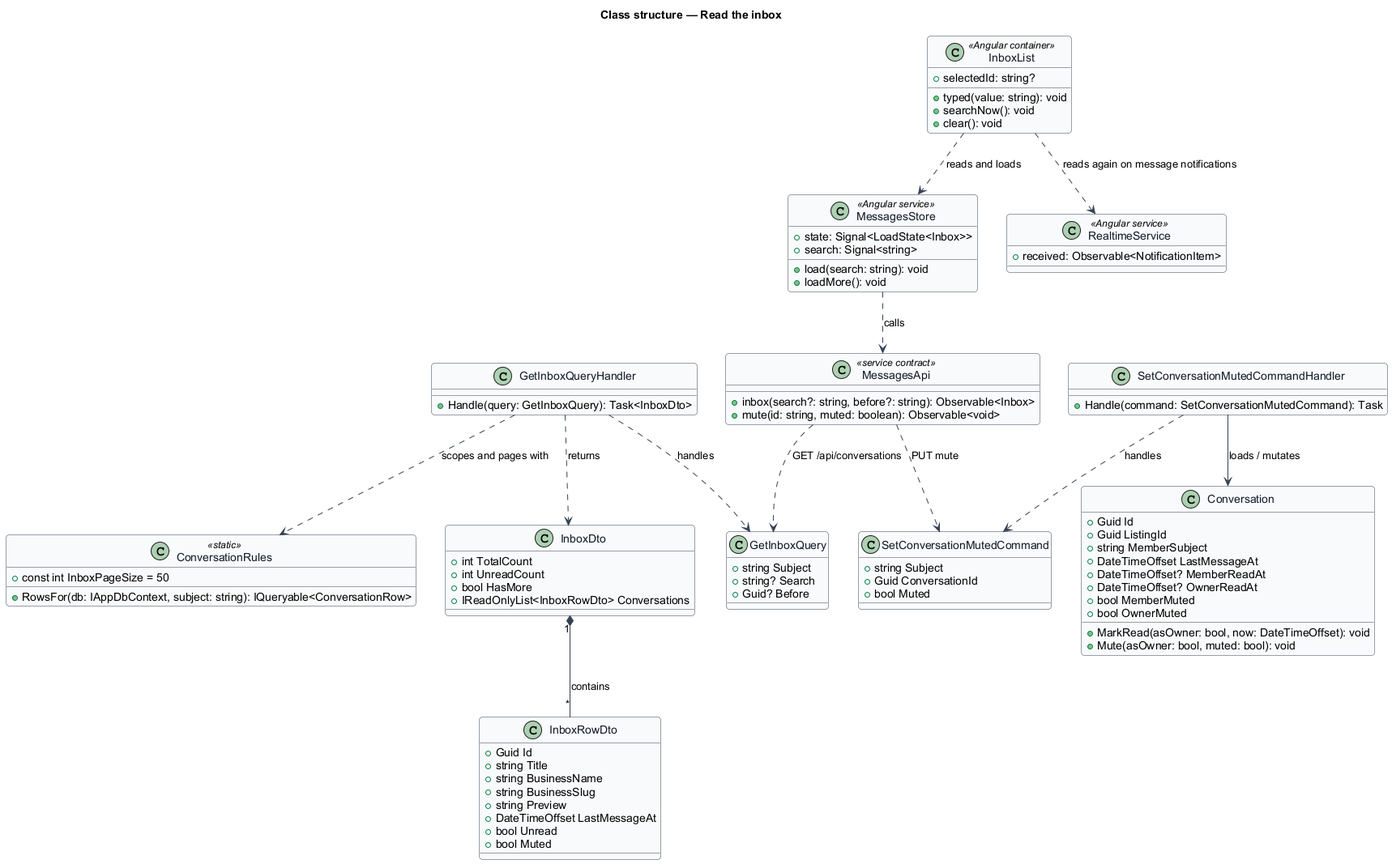
The PlantUML diagram docs/detailed-designs/messaging/read-inbox/diagrams/class-structure.png in QuinntyneBrown/jubilee, before a commit. Source of this version:
```plantuml
@startuml
skinparam backgroundColor #FFFFFF
skinparam shadowing false
skinparam roundcorner 8
skinparam defaultFontName Arial
skinparam ArrowColor #344054
skinparam class {
  BorderColor #344054
  FontColor #101828
  BackgroundColor #F9FAFB
}
title Class structure — Read the inbox

class InboxList <<Angular container>> {
  +selectedId: string?
  +typed(value: string): void
  +searchNow(): void
  +clear(): void
}
class MessagesStore <<Angular service>> {
  +state: Signal<LoadState<Inbox>>
  +search: Signal<string>
  +load(search: string): void
  +loadMore(): void
}
class RealtimeService <<Angular service>> {
  +received: Observable<NotificationItem>
}
class MessagesApi <<service contract>> {
  +inbox(search?: string, before?: string): Observable<Inbox>
  +mute(id: string, muted: boolean): Observable<void>
}
class GetInboxQuery {
  +string Subject
  +string? Search
  +Guid? Before
}
class GetInboxQueryHandler {
  +Handle(query: GetInboxQuery): Task<InboxDto>
}
class ConversationRules <<static>> {
  +const int InboxPageSize = 50
  +RowsFor(db: IAppDbContext, subject: string): IQueryable<ConversationRow>
}
class InboxDto {
  +int TotalCount
  +int UnreadCount
  +bool HasMore
  +IReadOnlyList<InboxRowDto> Conversations
}
class InboxRowDto {
  +Guid Id
  +string Title
  +string BusinessName
  +string BusinessSlug
  +string Preview
  +DateTimeOffset LastMessageAt
  +bool Unread
  +bool Muted
}
class SetConversationMutedCommand {
  +string Subject
  +Guid ConversationId
  +bool Muted
}
class SetConversationMutedCommandHandler {
  +Handle(command: SetConversationMutedCommand): Task
}
class Conversation {
  +Guid Id
  +Guid ListingId
  +string MemberSubject
  +DateTimeOffset LastMessageAt
  +DateTimeOffset? MemberReadAt
  +DateTimeOffset? OwnerReadAt
  +bool MemberMuted
  +bool OwnerMuted
  +MarkRead(asOwner: bool, now: DateTimeOffset): void
  +Mute(asOwner: bool, muted: bool): void
}

InboxList ..> MessagesStore : reads and loads
InboxList ..> RealtimeService : reads again on message notifications
MessagesStore ..> MessagesApi : calls
MessagesApi ..> GetInboxQuery : GET /api/conversations
MessagesApi ..> SetConversationMutedCommand : PUT mute
GetInboxQueryHandler ..> GetInboxQuery : handles
GetInboxQueryHandler ..> ConversationRules : scopes and pages with
GetInboxQueryHandler ..> InboxDto : returns
InboxDto "1" *-- "*" InboxRowDto : contains
SetConversationMutedCommandHandler ..> SetConversationMutedCommand : handles
SetConversationMutedCommandHandler --> Conversation : loads / mutates
@enduml
```
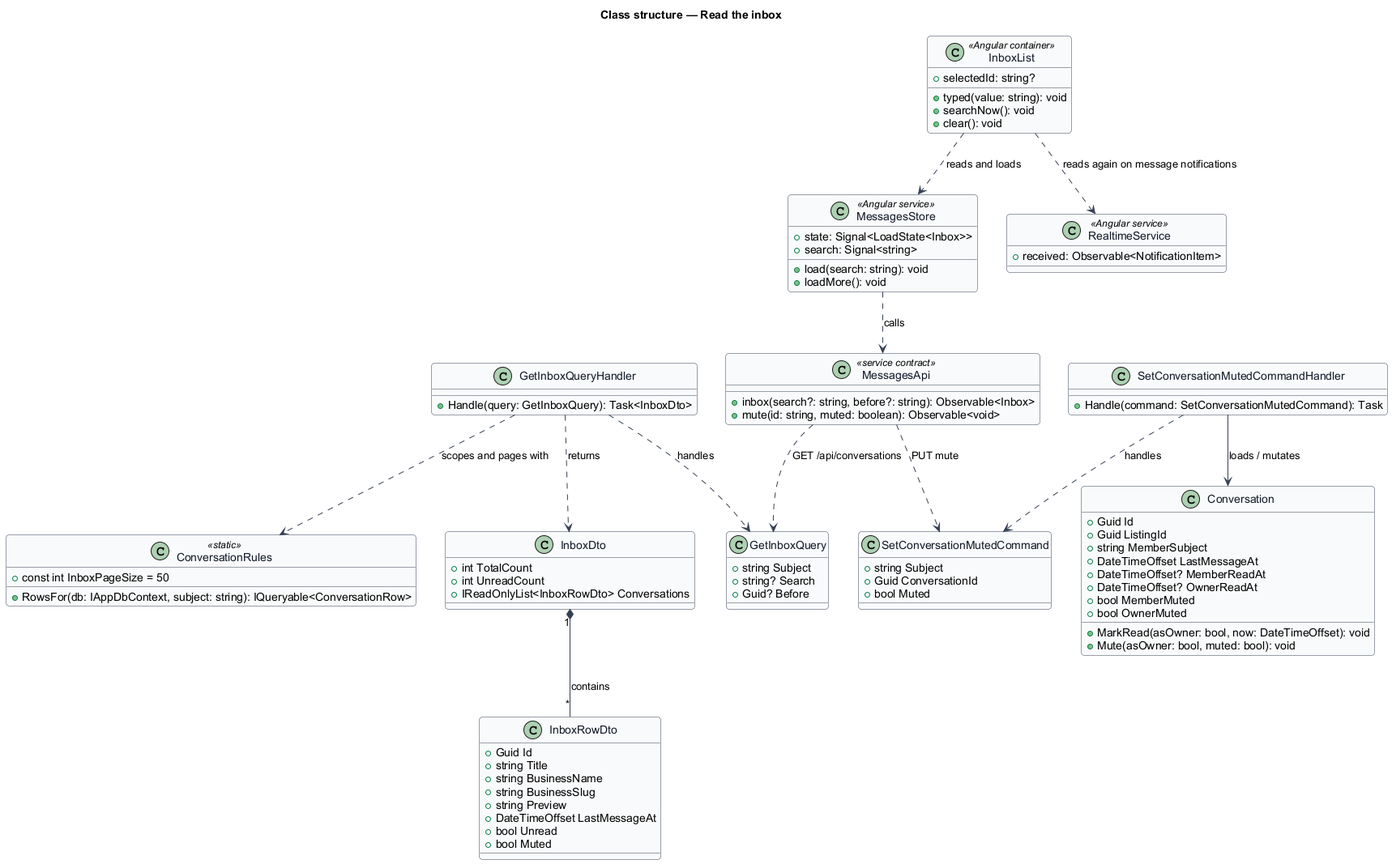
After the commit.

Change to the diagram source:
```diff
@@ -45,7 +45,6 @@
 class InboxDto {
   +int TotalCount
   +int UnreadCount
-  +bool HasMore
   +IReadOnlyList<InboxRowDto> Conversations
 }
 class InboxRowDto {
```
